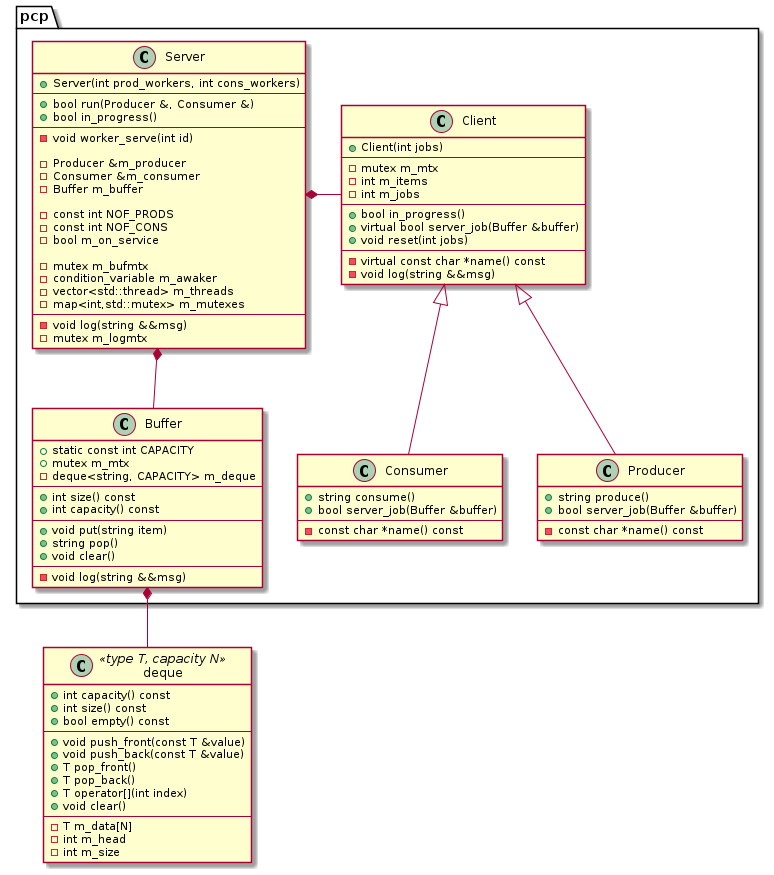
Before: doc/diagrams/img/pcp-classes.png, a diagram exported from PlantUML (Horolsky/pcp).
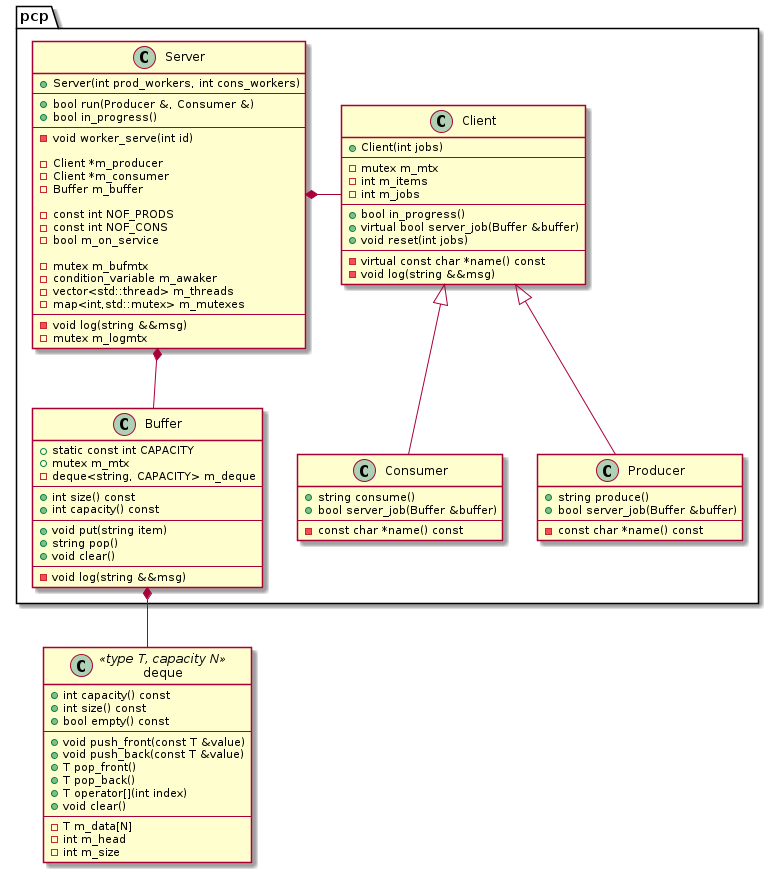
After the change.

Commit message:
doc: upd diagram and date

What changed in the source:
```diff
@@ -29,8 +29,8 @@
             ---
             -void worker_serve(int id)
 
-            -Producer &m_producer
-            -Consumer &m_consumer
+            -Client *m_producer
+            -Client *m_consumer
             -Buffer m_buffer
 
             -const int NOF_PRODS
```
